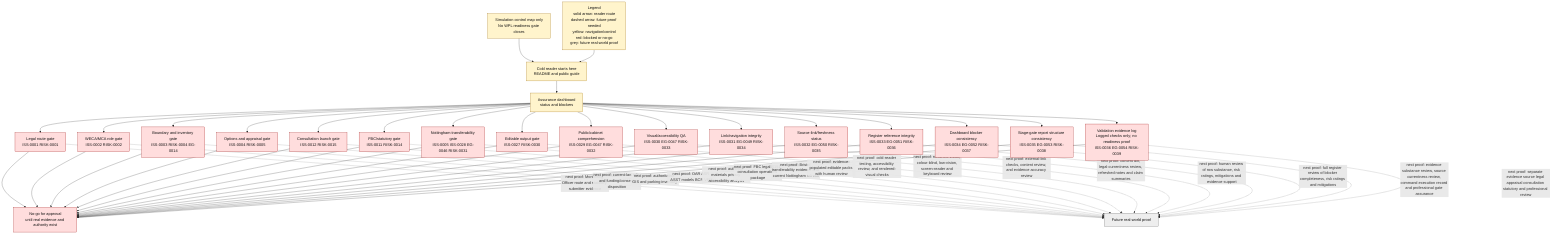
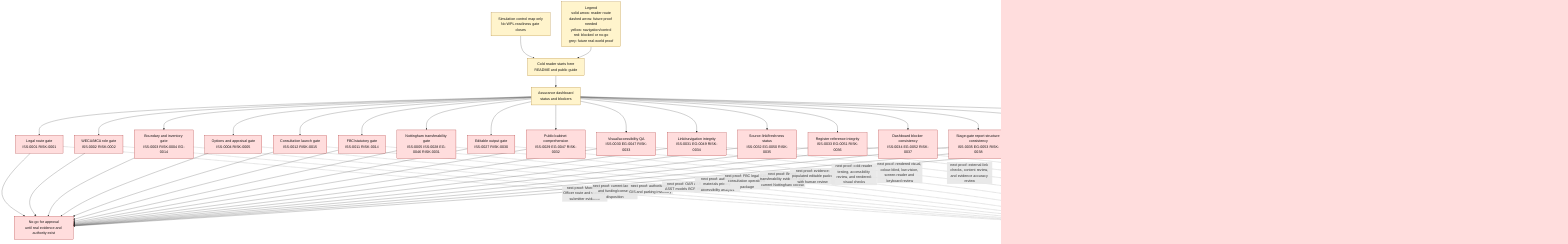
flowchart TD
    Caption["Simulation control map only<br/>No WPL readiness gate closes"]
    Legend["Legend<br/>solid arrow: reader route<br/>dashed arrow: future proof needed<br/>yellow: navigation/control<br/>red: blocked or no-go<br/>grey: future real-world proof"]
    Caption --> Start
    Legend --> Start
    Start["Cold reader starts here<br/>README and public guide"] --> Dash["Assurance dashboard<br/>status and blockers"]
    Dash --> Legal["Legal route gate<br/>ISS-0001 RISK-0001"]
    Dash --> WECA["WECA/MCA role gate<br/>ISS-0002 RISK-0002"]
    Dash --> Spatial["Boundary and inventory gate<br/>ISS-0003 RISK-0004 EG-0014"]
    Dash --> Appraisal["Options and appraisal gate<br/>ISS-0004 RISK-0005"]
    Dash --> Consult["Consultation launch gate<br/>ISS-0012 RISK-0015"]
    Dash --> FBC["FBC/statutory gate<br/>ISS-0011 RISK-0014"]
    Dash --> Nottingham["Nottingham transferability gate<br/>ISS-0005 ISS-0028 EG-0046 RISK-0031"]
    Dash --> Authoring["Editable output gate<br/>ISS-0027 RISK-0030"]
    Dash --> Comprehension["Public/cabinet comprehension<br/>ISS-0029 EG-0047 RISK-0032"]
    Dash --> VisualQA["Visual/accessibility QA<br/>ISS-0030 EG-0047 RISK-0033"]
    Dash --> NavigationQA["Link/navigation integrity<br/>ISS-0031 EG-0049 RISK-0034"]
    Dash --> SourceFreshness["Source-link/freshness status<br/>ISS-0032 EG-0050 RISK-0035"]
    Dash --> RegisterIntegrity["Register reference integrity<br/>ISS-0033 EG-0051 RISK-0036"]
    Dash --> DashboardConsistency["Dashboard blocker consistency<br/>ISS-0034 EG-0052 RISK-0037"]
    Dash --> GateReportQA["Stage-gate report structure consistency<br/>ISS-0035 EG-0053 RISK-0038"]
    Dash --> ValidationEvidence["Validation evidence log<br/>Logged checks only; no readiness proof<br/>ISS-0036 EG-0054 RISK-0039"]
+     Dash --> ValidationCoverage["Latest-stage validation coverage<br/>Shows whether latest-stage checks have logged evidence coverage<br/>No truth, currentness or readiness proof<br/>ISS-0037 EG-0055 RISK-0040"]

    Legal --> NoGo["No-go for approval<br/>until real evidence and authority exist"]
    WECA --> NoGo
    Spatial --> NoGo
    Appraisal --> NoGo
    Consult --> NoGo
    FBC --> NoGo
    Nottingham --> NoGo
    Authoring --> NoGo
    Comprehension --> NoGo
    VisualQA --> NoGo
    NavigationQA --> NoGo
    SourceFreshness --> NoGo
    RegisterIntegrity --> NoGo
    DashboardConsistency --> NoGo
    GateReportQA --> NoGo
    ValidationEvidence --> NoGo
+     ValidationCoverage --> NoGo

    Legal -. "next proof: Monitoring Officer route and statutory submitter evidence" .-> Proof["Future real-world proof"]
    WECA -. "next proof: current-law role and funding/consent disposition" .-> Proof
    Spatial -. "next proof: authoritative GIS and parking inventory" .-> Proof
    Appraisal -. "next proof: OAR ASR ASST models BCR VFM" .-> Proof
    Consult -. "next proof: authority materials privacy accessibility analysis" .-> Proof
    FBC -. "next proof: FBC legal S151 consultation operations package" .-> Proof
    Nottingham -. "next proof: Bristol transferability evidence and current Nottingham refresh" .-> Proof
    Authoring -. "next proof: evidence-populated editable packs with human review" .-> Proof
    Comprehension -. "next proof: cold-reader testing, accessibility review, and rendered-visual checks" .-> Proof
    VisualQA -. "next proof: rendered visual, colour-blind, low-vision, screen-reader and keyboard review" .-> Proof
    NavigationQA -. "next proof: external-link checks, content review, and evidence accuracy review" .-> Proof
    SourceFreshness -. "next proof: content diff, legal-currentness review, refreshed notes and claim summaries" .-> Proof
    RegisterIntegrity -. "next proof: human review of row substance, risk ratings, mitigations and evidence support" .-> Proof
    DashboardConsistency -. "next proof: full register review of blocker completeness, risk ratings and mitigations" .-> Proof
    GateReportQA -. "next proof: evidence substance review, source currentness review, command execution record and professional gate assurance" .-> Proof
    ValidationEvidence -. "next proof: separate evidence source legal appraisal consultation statutory and professional review" .-> Proof
+     ValidationCoverage -. "next proof: command sufficiency evidence substance source legal appraisal consultation statutory and professional review" .-> Proof

    classDef start fill:#ddf4ff,stroke:#005f99,color:#111111;
    classDef blocked fill:#ffdddd,stroke:#990000,color:#111111;
    classDef guide fill:#fff4cc,stroke:#996600,color:#111111;
    classDef future fill:#eeeeee,stroke:#555555,color:#111111;

    class Start,Dash,Caption,Legend guide;
-     class Legal,WECA,Spatial,Appraisal,Consult,FBC,Nottingham,Authoring,Comprehension,VisualQA,NavigationQA,SourceFreshness,RegisterIntegrity,DashboardConsistency,GateReportQA,ValidationEvidence,NoGo blocked;
+     class Legal,WECA,Spatial,Appraisal,Consult,FBC,Nottingham,Authoring,Comprehension,VisualQA,NavigationQA,SourceFreshness,RegisterIntegrity,DashboardConsistency,GateReportQA,ValidationEvidence,ValidationCoverage,NoGo blocked;
    class Proof future;
